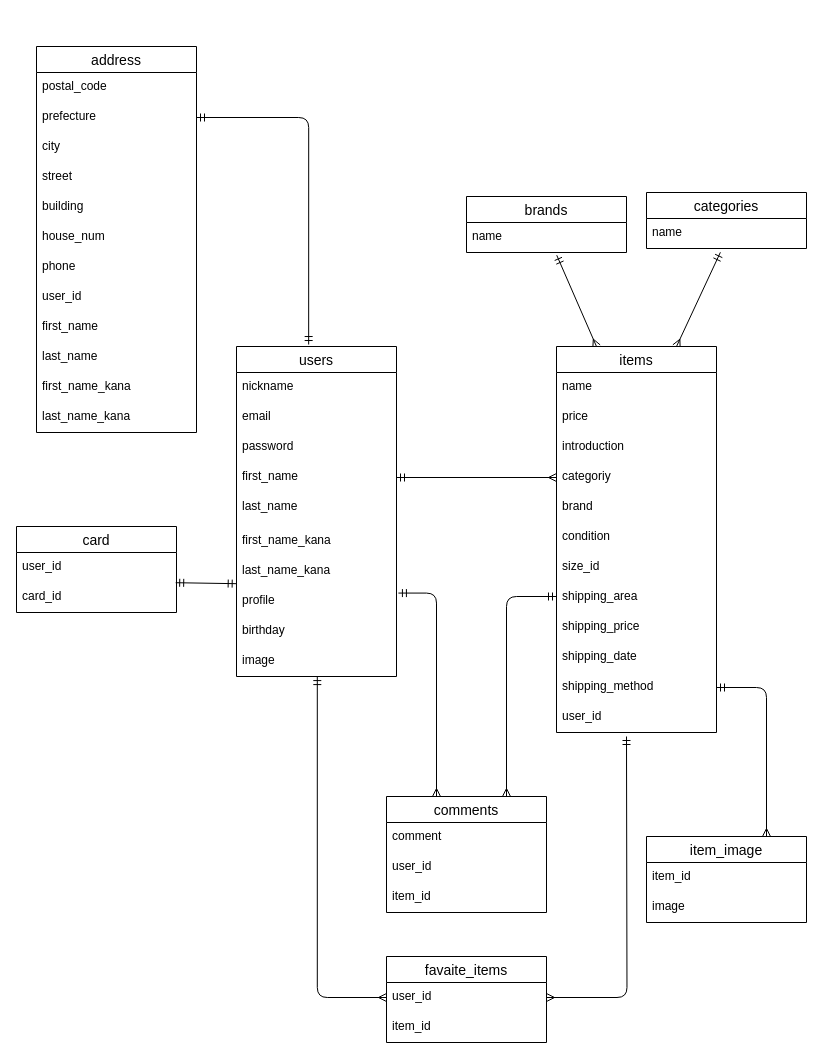
This is furima-41124.dio from katttttsu/furima-41124, a draw.io file, before an edit. Source tidied: cells renumbered, new cells numbered last; positions are measured from the earlier drawing's top-left corner, leaving out a move shared by most shapes. Both pictures are drawn from the tidied source at 100%, with x=0, y=0 at pixel (16, 46).
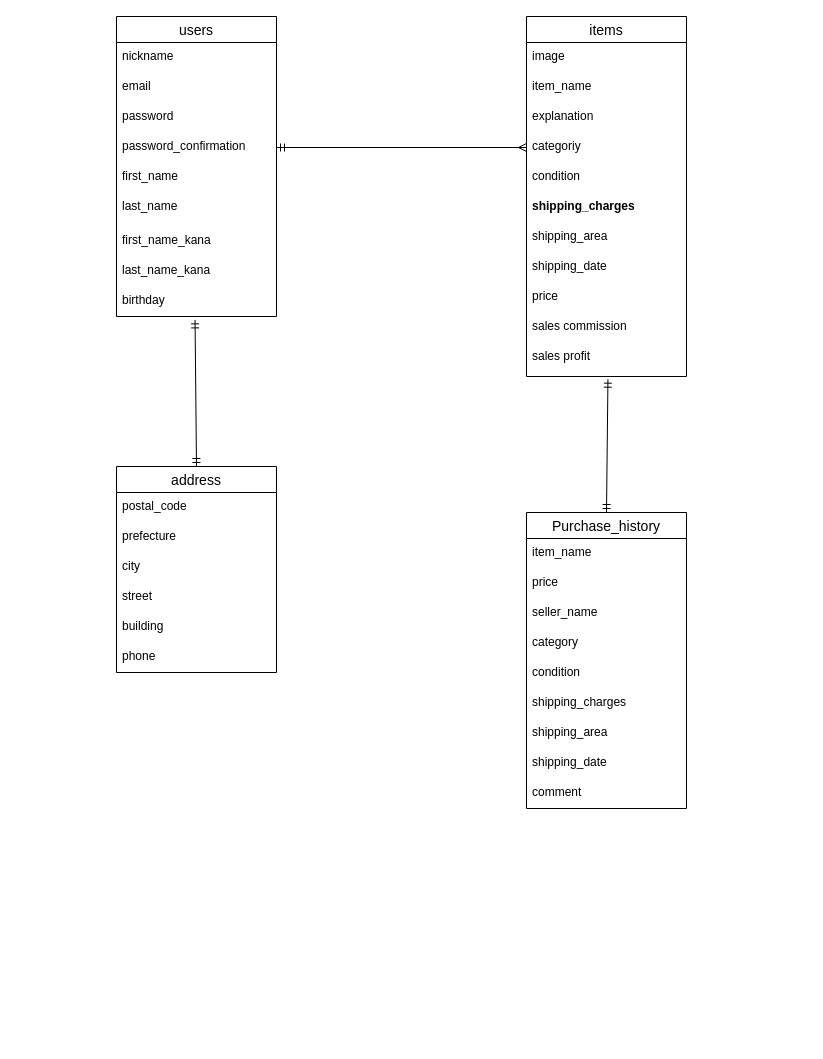
After the change.

Commit message (it also covers changes not shown here):
ER図・README修正

Unchanged cells that the change refers to:
```xml
<mxCell id="11" value="birthday" style="text;strokeColor=none;fillColor=none;spacingLeft=4;spacingRight=4;overflow=hidden;points=[[0,0.5],[1,0.5]];portConstraint=eastwest;fontSize=12;" parent="2" vertex="1">
  <mxGeometry y="270" width="160" height="30" as="geometry" />
</mxCell>
<mxCell id="19" value="categoriy" style="text;strokeColor=none;fillColor=none;spacingLeft=4;spacingRight=4;overflow=hidden;points=[[0,0.5],[1,0.5]];portConstraint=eastwest;fontSize=12;" parent="15" vertex="1">
  <mxGeometry y="116" width="160" height="30" as="geometry" />
</mxCell>
<mxCell id="36" value="prefecture" style="text;strokeColor=none;fillColor=none;spacingLeft=4;spacingRight=4;overflow=hidden;points=[[0,0.5],[1,0.5]];portConstraint=eastwest;fontSize=12;" parent="34" vertex="1">
  <mxGeometry y="56" width="160" height="30" as="geometry" />
</mxCell>
```

The edit, as a diff of the source:
```diff
@@
     <mxCell id="2" value="users" style="swimlane;fontStyle=0;horizontal=1;startSize=26;align=center;fontSize=14;" parent="1" vertex="1">
-      <mxGeometry x="220" y="300" width="160" height="330" as="geometry" />
+      <mxGeometry x="100" y="-30" width="160" height="300" as="geometry" />
     </mxCell>
@@
+    <mxCell id="66" value="password_confirmation" style="text;strokeColor=none;fillColor=none;spacingLeft=4;spacingRight=4;overflow=hidden;points=[[0,0.5],[1,0.5]];portConstraint=eastwest;fontSize=12;" parent="2" vertex="1">
+      <mxGeometry y="116" width="160" height="30" as="geometry" />
+    </mxCell>
     <mxCell id="6" value="first_name" style="text;strokeColor=none;fillColor=none;spacingLeft=4;spacingRight=4;overflow=hidden;points=[[0,0.5],[1,0.5]];portConstraint=eastwest;fontSize=12;" parent="2" vertex="1">
-      <mxGeometry y="116" width="160" height="30" as="geometry" />
+      <mxGeometry y="146" width="160" height="30" as="geometry" />
     </mxCell>
     <mxCell id="7" value="last_name" style="text;strokeColor=none;fillColor=none;spacingLeft=4;spacingRight=4;overflow=hidden;fontSize=12;" parent="2" vertex="1">
-      <mxGeometry y="146" width="160" height="34" as="geometry" />
+      <mxGeometry y="176" width="160" height="34" as="geometry" />
     </mxCell>
     <mxCell id="8" value="first_name_kana" style="text;strokeColor=none;fillColor=none;spacingLeft=4;spacingRight=4;overflow=hidden;fontSize=12;" parent="2" vertex="1">
-      <mxGeometry y="180" width="160" height="30" as="geometry" />
+      <mxGeometry y="210" width="160" height="30" as="geometry" />
     </mxCell>
     <mxCell id="9" value="last_name_kana" style="text;strokeColor=none;fillColor=none;spacingLeft=4;spacingRight=4;overflow=hidden;fontSize=12;" parent="2" vertex="1">
-      <mxGeometry y="210" width="160" height="30" as="geometry" />
+      <mxGeometry y="240" width="160" height="30" as="geometry" />
     </mxCell>
-    <mxCell id="10" value="profile" style="text;strokeColor=none;fillColor=none;spacingLeft=4;spacingRight=4;overflow=hidden;points=[[0,0.5],[1,0.5]];portConstraint=eastwest;fontSize=12;" parent="2" vertex="1">
-      <mxGeometry y="240" width="160" height="30" as="geometry" />
-    </mxCell>
@@
-    <mxCell id="12" value="image" style="text;strokeColor=none;fillColor=none;spacingLeft=4;spacingRight=4;overflow=hidden;points=[[0,0.5],[1,0.5]];portConstraint=eastwest;fontSize=12;" parent="2" vertex="1">
-      <mxGeometry y="300" width="160" height="30" as="geometry" />
-    </mxCell>
-    <mxCell id="13" style="edgeStyle=none;html=1;exitX=0.25;exitY=0;exitDx=0;exitDy=0;entryX=0.564;entryY=1.091;entryDx=0;entryDy=0;entryPerimeter=0;endArrow=ERmandOne;endFill=0;startArrow=ERmany;startFill=0;" parent="1" edge="1" source="15" target="52">
-      <mxGeometry relative="1" as="geometry" />
-    </mxCell>
-    <mxCell id="14" style="edgeStyle=none;html=1;exitX=0.75;exitY=0;exitDx=0;exitDy=0;entryX=0.462;entryY=0.993;entryDx=0;entryDy=0;entryPerimeter=0;startArrow=ERmany;startFill=0;endArrow=ERmandOne;endFill=0;" parent="1" edge="1" source="15">
-      <mxGeometry relative="1" as="geometry">
-        <mxPoint x="703.9" y="205.8" as="targetPoint" />
-      </mxGeometry>
-    </mxCell>
     <mxCell id="15" value="items" style="swimlane;fontStyle=0;horizontal=1;startSize=26;align=center;fontSize=14;" parent="1" vertex="1">
-      <mxGeometry x="540" y="300" width="160" height="386" as="geometry" />
+      <mxGeometry x="510" y="-30" width="160" height="360" as="geometry" />
     </mxCell>
+    <mxCell id="67" value="image" style="text;strokeColor=none;fillColor=none;spacingLeft=4;spacingRight=4;overflow=hidden;fontSize=12;" parent="15" vertex="1">
+      <mxGeometry y="26" width="160" height="30" as="geometry" />
+    </mxCell>
-    <mxCell id="16" value="name    " style="text;strokeColor=none;fillColor=none;spacingLeft=4;spacingRight=4;overflow=hidden;fontSize=12;" parent="15" vertex="1">
-      <mxGeometry y="26" width="160" height="30" as="geometry" />
+    <mxCell id="16" value="item_name    " style="text;strokeColor=none;fillColor=none;spacingLeft=4;spacingRight=4;overflow=hidden;fontSize=12;" parent="15" vertex="1">
+      <mxGeometry y="56" width="160" height="30" as="geometry" />
     </mxCell>
-    <mxCell id="17" value="price" style="text;strokeColor=none;fillColor=none;spacingLeft=4;spacingRight=4;overflow=hidden;fontSize=12;" parent="15" vertex="1">
-      <mxGeometry y="56" width="160" height="30" as="geometry" />
-    </mxCell>
-    <mxCell id="18" value="introduction" style="text;strokeColor=none;fillColor=none;spacingLeft=4;spacingRight=4;overflow=hidden;fontSize=12;" parent="15" vertex="1">
+    <mxCell id="18" value="explanation" style="text;strokeColor=none;fillColor=none;spacingLeft=4;spacingRight=4;overflow=hidden;fontSize=12;" parent="15" vertex="1">
       <mxGeometry y="86" width="160" height="30" as="geometry" />
     </mxCell>
@@
-    <mxCell id="20" value="brand" style="text;strokeColor=none;fillColor=none;spacingLeft=4;spacingRight=4;overflow=hidden;fontSize=12;" parent="15" vertex="1">
-      <mxGeometry y="146" width="160" height="30" as="geometry" />
-    </mxCell>
     <mxCell id="21" value="condition" style="text;strokeColor=none;fillColor=none;spacingLeft=4;spacingRight=4;overflow=hidden;fontSize=12;" parent="15" vertex="1">
-      <mxGeometry y="176" width="160" height="30" as="geometry" />
+      <mxGeometry y="146" width="160" height="30" as="geometry" />
     </mxCell>
-    <mxCell id="22" value="size_id" style="text;strokeColor=none;fillColor=none;spacingLeft=4;spacingRight=4;overflow=hidden;fontSize=12;" parent="15" vertex="1">
-      <mxGeometry y="206" width="160" height="30" as="geometry" />
+    <mxCell id="22" value="shipping_charges" style="text;strokeColor=none;fillColor=none;spacingLeft=4;spacingRight=4;overflow=hidden;fontSize=12;fontStyle=1;" parent="15" vertex="1">
+      <mxGeometry y="176" width="160" height="30" as="geometry" />
     </mxCell>
     <mxCell id="23" value="shipping_area" style="text;strokeColor=none;fillColor=none;spacingLeft=4;spacingRight=4;overflow=hidden;fontSize=12;" parent="15" vertex="1">
-      <mxGeometry y="236" width="160" height="30" as="geometry" />
+      <mxGeometry y="206" width="160" height="30" as="geometry" />
     </mxCell>
+    <mxCell id="25" value="shipping_date" style="text;strokeColor=none;fillColor=none;spacingLeft=4;spacingRight=4;overflow=hidden;fontSize=12;" parent="15" vertex="1">
+      <mxGeometry y="236" width="160" height="30" as="geometry" />
+    </mxCell>
+    <mxCell id="17" value="price" style="text;strokeColor=none;fillColor=none;spacingLeft=4;spacingRight=4;overflow=hidden;fontSize=12;" parent="15" vertex="1">
+      <mxGeometry y="266" width="160" height="30" as="geometry" />
+    </mxCell>
-    <mxCell id="24" value="shipping_price" style="text;strokeColor=none;fillColor=none;spacingLeft=4;spacingRight=4;overflow=hidden;fontSize=12;" parent="15" vertex="1">
-      <mxGeometry y="266" width="160" height="30" as="geometry" />
+    <mxCell id="24" value="sales commission" style="text;strokeColor=none;fillColor=none;spacingLeft=4;spacingRight=4;overflow=hidden;fontSize=12;" parent="15" vertex="1">
+      <mxGeometry y="296" width="160" height="30" as="geometry" />
     </mxCell>
-    <mxCell id="25" value="shipping_date" style="text;strokeColor=none;fillColor=none;spacingLeft=4;spacingRight=4;overflow=hidden;fontSize=12;" parent="15" vertex="1">
-      <mxGeometry y="296" width="160" height="30" as="geometry" />
-    </mxCell>
-    <mxCell id="26" value="shipping_method" style="text;strokeColor=none;fillColor=none;spacingLeft=4;spacingRight=4;overflow=hidden;points=[[0,0.5],[1,0.5]];portConstraint=eastwest;fontSize=12;" parent="15" vertex="1">
-      <mxGeometry y="326" width="160" height="30" as="geometry" />
+    <mxCell id="26" value="sales profit" style="text;strokeColor=none;fillColor=none;spacingLeft=4;spacingRight=4;overflow=hidden;points=[[0,0.5],[1,0.5]];portConstraint=eastwest;fontSize=12;" parent="15" vertex="1">
+      <mxGeometry y="326" width="160" height="34" as="geometry" />
     </mxCell>
-    <mxCell id="27" value="user_id" style="text;strokeColor=none;fillColor=none;spacingLeft=4;spacingRight=4;overflow=hidden;fontSize=12;" parent="15" vertex="1">
-      <mxGeometry y="356" width="160" height="30" as="geometry" />
-    </mxCell>
-    <mxCell id="28" style="edgeStyle=orthogonalEdgeStyle;html=1;startArrow=ERmany;startFill=0;endArrow=ERmandOne;endFill=0;entryX=1.012;entryY=0.219;entryDx=0;entryDy=0;entryPerimeter=0;" parent="1" edge="1" target="10">
-      <mxGeometry relative="1" as="geometry">
-        <mxPoint x="420" y="750" as="sourcePoint" />
-        <Array as="points">
-          <mxPoint x="420" y="547" />
-        </Array>
-      </mxGeometry>
-    </mxCell>
-    <mxCell id="29" style="edgeStyle=orthogonalEdgeStyle;html=1;startArrow=ERmany;startFill=0;endArrow=ERmandOne;endFill=0;" parent="1" edge="1">
-      <mxGeometry relative="1" as="geometry">
-        <mxPoint x="490" y="750" as="sourcePoint" />
-        <mxPoint x="540" y="550" as="targetPoint" />
-        <Array as="points">
-          <mxPoint x="490" y="550" />
-          <mxPoint x="540" y="550" />
-        </Array>
-      </mxGeometry>
-    </mxCell>
-    <mxCell id="30" value="comments" style="swimlane;fontStyle=0;horizontal=1;startSize=26;align=center;fontSize=14;" parent="1" vertex="1">
-      <mxGeometry x="370" y="750" width="160" height="116" as="geometry" />
-    </mxCell>
-    <mxCell id="31" value="comment" style="text;strokeColor=none;fillColor=none;spacingLeft=4;spacingRight=4;overflow=hidden;fontSize=12;" parent="30" vertex="1">
-      <mxGeometry y="26" width="160" height="30" as="geometry" />
-    </mxCell>
-    <mxCell id="32" value="user_id" style="text;strokeColor=none;fillColor=none;spacingLeft=4;spacingRight=4;overflow=hidden;fontSize=12;" parent="30" vertex="1">
-      <mxGeometry y="56" width="160" height="30" as="geometry" />
-    </mxCell>
-    <mxCell id="33" value="item_id" style="text;strokeColor=none;fillColor=none;spacingLeft=4;spacingRight=4;overflow=hidden;fontSize=12;" parent="30" vertex="1">
-      <mxGeometry y="86" width="160" height="30" as="geometry" />
-    </mxCell>
+    <mxCell id="68" style="edgeStyle=none;html=1;exitX=0.5;exitY=0;exitDx=0;exitDy=0;entryX=0.491;entryY=1.113;entryDx=0;entryDy=0;entryPerimeter=0;startArrow=ERmandOne;startFill=0;endArrow=ERmandOne;endFill=0;" parent="1" edge="1" source="34" target="11">
+      <mxGeometry relative="1" as="geometry" />
+    </mxCell>
     <mxCell id="34" value="address" style="swimlane;fontStyle=0;horizontal=1;startSize=26;align=center;fontSize=14;" parent="1" vertex="1">
-      <mxGeometry x="20" width="160" height="386" as="geometry" />
+      <mxGeometry x="100" y="420" width="160" height="206" as="geometry" />
     </mxCell>
@@
-    <mxCell id="40" value="house_num" style="text;strokeColor=none;fillColor=none;spacingLeft=4;spacingRight=4;overflow=hidden;fontSize=12;" parent="34" vertex="1">
-      <mxGeometry y="176" width="160" height="30" as="geometry" />
-    </mxCell>
-    <mxCell id="41" value="phone" style="text;strokeColor=none;fillColor=none;spacingLeft=4;spacingRight=4;overflow=hidden;fontSize=12;" parent="34" vertex="1">
-      <mxGeometry y="206" width="160" height="30" as="geometry" />
-    </mxCell>
-    <mxCell id="42" value="user_id" style="text;strokeColor=none;fillColor=none;spacingLeft=4;spacingRight=4;overflow=hidden;fontSize=12;" parent="34" vertex="1">
-      <mxGeometry y="236" width="160" height="30" as="geometry" />
-    </mxCell>
-    <mxCell id="43" value="first_name" style="text;strokeColor=none;fillColor=none;spacingLeft=4;spacingRight=4;overflow=hidden;fontSize=12;" parent="34" vertex="1">
-      <mxGeometry y="266" width="160" height="30" as="geometry" />
-    </mxCell>
-    <mxCell id="44" value="last_name" style="text;strokeColor=none;fillColor=none;spacingLeft=4;spacingRight=4;overflow=hidden;fontSize=12;" parent="34" vertex="1">
-      <mxGeometry y="296" width="160" height="30" as="geometry" />
-    </mxCell>
-    <mxCell id="45" value="first_name_kana" style="text;strokeColor=none;fillColor=none;spacingLeft=4;spacingRight=4;overflow=hidden;fontSize=12;" parent="34" vertex="1">
-      <mxGeometry y="326" width="160" height="30" as="geometry" />
-    </mxCell>
-    <mxCell id="46" value="last_name_kana" style="text;strokeColor=none;fillColor=none;spacingLeft=4;spacingRight=4;overflow=hidden;fontSize=12;" parent="34" vertex="1">
-      <mxGeometry y="356" width="160" height="30" as="geometry" />
+    <mxCell id="46" value="phone" style="text;strokeColor=none;fillColor=none;spacingLeft=4;spacingRight=4;overflow=hidden;fontSize=12;" parent="34" vertex="1">
+      <mxGeometry y="176" width="160" height="30" as="geometry" />
     </mxCell>
-    <mxCell id="47" style="edgeStyle=none;html=1;exitX=0.995;exitY=0.007;exitDx=0;exitDy=0;entryX=-0.002;entryY=-0.094;entryDx=0;entryDy=0;endArrow=ERmandOne;endFill=0;startArrow=ERmandOne;startFill=0;entryPerimeter=0;exitPerimeter=0;" parent="1" edge="1" source="50" target="10">
-      <mxGeometry relative="1" as="geometry" />
-    </mxCell>
-    <mxCell id="48" value="card" style="swimlane;fontStyle=0;horizontal=1;startSize=26;align=center;fontSize=14;" parent="1" vertex="1">
-      <mxGeometry y="480" width="160" height="86" as="geometry" />
-    </mxCell>
-    <mxCell id="49" value="user_id" style="text;strokeColor=none;fillColor=none;spacingLeft=4;spacingRight=4;overflow=hidden;fontSize=12;" parent="48" vertex="1">
-      <mxGeometry y="26" width="160" height="30" as="geometry" />
-    </mxCell>
-    <mxCell id="50" value="card_id" style="text;strokeColor=none;fillColor=none;spacingLeft=4;spacingRight=4;overflow=hidden;points=[[0,0.5],[1,0.5]];portConstraint=eastwest;fontSize=12;" parent="48" vertex="1">
-      <mxGeometry y="56" width="160" height="30" as="geometry" />
-    </mxCell>
-    <mxCell id="51" value="brands" style="swimlane;fontStyle=0;horizontal=1;startSize=26;align=center;fontSize=14;" parent="1" vertex="1">
-      <mxGeometry x="450" y="150" width="160" height="56" as="geometry" />
-    </mxCell>
-    <mxCell id="52" value="name" style="text;strokeColor=none;fillColor=none;spacingLeft=4;spacingRight=4;overflow=hidden;points=[[0,0.5],[1,0.5]];portConstraint=eastwest;fontSize=12;" parent="51" vertex="1">
-      <mxGeometry y="26" width="160" height="30" as="geometry" />
-    </mxCell>
-    <mxCell id="53" value="categories" style="swimlane;fontStyle=0;horizontal=1;startSize=26;align=center;fontSize=14;" parent="1" vertex="1">
-      <mxGeometry x="630" y="146" width="160" height="56" as="geometry" />
-    </mxCell>
-    <mxCell id="54" value="name" style="text;strokeColor=none;fillColor=none;spacingLeft=4;spacingRight=4;overflow=hidden;fontSize=12;" parent="53" vertex="1">
-      <mxGeometry y="26" width="160" height="30" as="geometry" />
-    </mxCell>
-    <mxCell id="55" style="edgeStyle=orthogonalEdgeStyle;html=1;exitX=0.75;exitY=0;exitDx=0;exitDy=0;startArrow=ERmany;startFill=0;endArrow=ERmandOne;endFill=0;" parent="1" edge="1" source="56" target="26">
-      <mxGeometry relative="1" as="geometry" />
-    </mxCell>
-    <mxCell id="56" value="item_image" style="swimlane;fontStyle=0;horizontal=1;startSize=26;align=center;fontSize=14;" parent="1" vertex="1">
-      <mxGeometry x="630" y="790" width="160" height="86" as="geometry" />
-    </mxCell>
-    <mxCell id="57" value="item_id" style="text;strokeColor=none;fillColor=none;spacingLeft=4;spacingRight=4;overflow=hidden;fontSize=12;" parent="56" vertex="1">
-      <mxGeometry y="26" width="160" height="30" as="geometry" />
-    </mxCell>
-    <mxCell id="58" value="image" style="text;strokeColor=none;fillColor=none;spacingLeft=4;spacingRight=4;overflow=hidden;fontSize=12;" parent="56" vertex="1">
-      <mxGeometry y="56" width="160" height="30" as="geometry" />
-    </mxCell>
-    <mxCell id="59" style="edgeStyle=none;html=1;exitX=1;exitY=0.5;exitDx=0;exitDy=0;entryX=0;entryY=0.5;entryDx=0;entryDy=0;endArrow=ERmany;endFill=0;startArrow=ERmandOne;startFill=0;" parent="1" edge="1" source="6" target="19">
+    <mxCell id="59" style="edgeStyle=none;html=1;exitX=1;exitY=0.5;exitDx=0;exitDy=0;entryX=0;entryY=0.5;entryDx=0;entryDy=0;endArrow=ERmany;endFill=0;startArrow=ERmandOne;startFill=0;" parent="1" edge="1" source="66" target="19">
       <mxGeometry relative="1" as="geometry" />
     </mxCell>
-    <mxCell id="60" style="edgeStyle=orthogonalEdgeStyle;html=1;exitX=1;exitY=0.5;exitDx=0;exitDy=0;startArrow=ERmandOne;startFill=0;endArrow=ERmandOne;endFill=0;entryX=0.451;entryY=-0.006;entryDx=0;entryDy=0;entryPerimeter=0;" parent="1" edge="1" source="36" target="2">
-      <mxGeometry relative="1" as="geometry" />
-    </mxCell>
-    <mxCell id="61" value="favaite_items" style="swimlane;fontStyle=0;horizontal=1;startSize=26;align=center;fontSize=14;" parent="1" vertex="1">
-      <mxGeometry x="370" y="910" width="160" height="86" as="geometry" />
-    </mxCell>
-    <mxCell id="62" value="user_id" style="text;strokeColor=none;fillColor=none;spacingLeft=4;spacingRight=4;overflow=hidden;points=[[0,0.5],[1,0.5]];portConstraint=eastwest;fontSize=12;" parent="61" vertex="1">
-      <mxGeometry y="26" width="160" height="30" as="geometry" />
-    </mxCell>
-    <mxCell id="63" value="item_id" style="text;strokeColor=none;fillColor=none;spacingLeft=4;spacingRight=4;overflow=hidden;fontSize=12;" parent="61" vertex="1">
-      <mxGeometry y="56" width="160" height="30" as="geometry" />
-    </mxCell>
-    <mxCell id="64" style="edgeStyle=orthogonalEdgeStyle;html=1;exitX=0;exitY=0.5;exitDx=0;exitDy=0;startArrow=ERmany;startFill=0;endArrow=ERmandOne;endFill=0;entryX=0.505;entryY=1.003;entryDx=0;entryDy=0;entryPerimeter=0;" parent="1" edge="1" source="62" target="12">
-      <mxGeometry relative="1" as="geometry" />
-    </mxCell>
-    <mxCell id="65" style="edgeStyle=orthogonalEdgeStyle;html=1;exitX=1;exitY=0.5;exitDx=0;exitDy=0;startArrow=ERmany;startFill=0;endArrow=ERmandOne;endFill=0;" parent="1" edge="1" source="62">
-      <mxGeometry relative="1" as="geometry">
-        <mxPoint x="610" y="690" as="targetPoint" />
-      </mxGeometry>
-    </mxCell>
+    <mxCell id="69" style="edgeStyle=none;html=1;exitX=0.5;exitY=0;exitDx=0;exitDy=0;entryX=0.509;entryY=1.079;entryDx=0;entryDy=0;entryPerimeter=0;startArrow=ERmandOne;startFill=0;endArrow=ERmandOne;endFill=0;" parent="1" edge="1" source="70" target="26">
+      <mxGeometry relative="1" as="geometry" />
+    </mxCell>
+    <mxCell id="70" value="Purchase_history" style="swimlane;fontStyle=0;horizontal=1;startSize=26;align=center;fontSize=14;" parent="1" vertex="1">
+      <mxGeometry x="510" y="466" width="160" height="296" as="geometry" />
+    </mxCell>
+    <mxCell id="71" value="item_name" style="text;strokeColor=none;fillColor=none;spacingLeft=4;spacingRight=4;overflow=hidden;fontSize=12;" parent="70" vertex="1">
+      <mxGeometry y="26" width="160" height="30" as="geometry" />
+    </mxCell>
+    <mxCell id="72" value="price" style="text;strokeColor=none;fillColor=none;spacingLeft=4;spacingRight=4;overflow=hidden;fontSize=12;" parent="70" vertex="1">
+      <mxGeometry y="56" width="160" height="30" as="geometry" />
+    </mxCell>
+    <mxCell id="73" value="seller_name" style="text;strokeColor=none;fillColor=none;spacingLeft=4;spacingRight=4;overflow=hidden;fontSize=12;" parent="70" vertex="1">
+      <mxGeometry y="86" width="160" height="30" as="geometry" />
+    </mxCell>
+    <mxCell id="74" value="category" style="text;strokeColor=none;fillColor=none;spacingLeft=4;spacingRight=4;overflow=hidden;fontSize=12;" parent="70" vertex="1">
+      <mxGeometry y="116" width="160" height="30" as="geometry" />
+    </mxCell>
+    <mxCell id="75" value="condition" style="text;strokeColor=none;fillColor=none;spacingLeft=4;spacingRight=4;overflow=hidden;fontSize=12;" parent="70" vertex="1">
+      <mxGeometry y="146" width="160" height="30" as="geometry" />
+    </mxCell>
+    <mxCell id="76" value="shipping_charges" style="text;strokeColor=none;fillColor=none;spacingLeft=4;spacingRight=4;overflow=hidden;fontSize=12;" parent="70" vertex="1">
+      <mxGeometry y="176" width="160" height="30" as="geometry" />
+    </mxCell>
+    <mxCell id="77" value="shipping_area" style="text;strokeColor=none;fillColor=none;spacingLeft=4;spacingRight=4;overflow=hidden;fontSize=12;" parent="70" vertex="1">
+      <mxGeometry y="206" width="160" height="30" as="geometry" />
+    </mxCell>
+    <mxCell id="78" value="shipping_date" style="text;strokeColor=none;fillColor=none;spacingLeft=4;spacingRight=4;overflow=hidden;fontSize=12;" parent="70" vertex="1">
+      <mxGeometry y="236" width="160" height="30" as="geometry" />
+    </mxCell>
+    <mxCell id="31" value="comment" style="text;strokeColor=none;fillColor=none;spacingLeft=4;spacingRight=4;overflow=hidden;fontSize=12;" parent="70" vertex="1">
+      <mxGeometry y="266" width="160" height="30" as="geometry" />
+    </mxCell>
```
